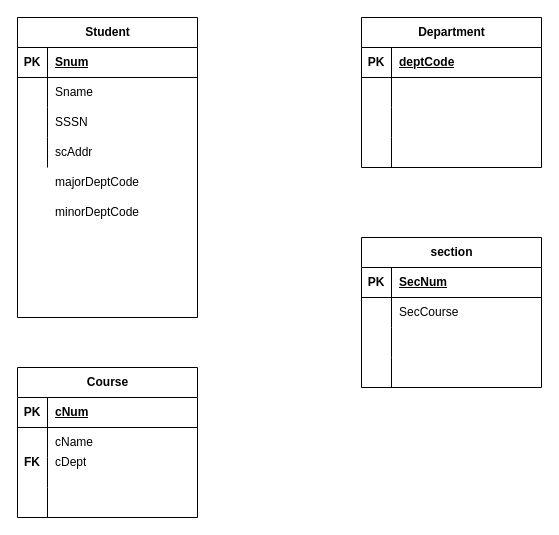
The draw.io diagram Week5.drawio in TheCSharpAcademy/USC.ICT211.DatabaseDesign, before the edit. Source tidied: cells renumbered, new cells numbered last; positions are measured from the earlier drawing's top-left corner, leaving out a move shared by most shapes. Both pictures are drawn from the tidied source at 100%, with x=0, y=0 at pixel (17, 17).
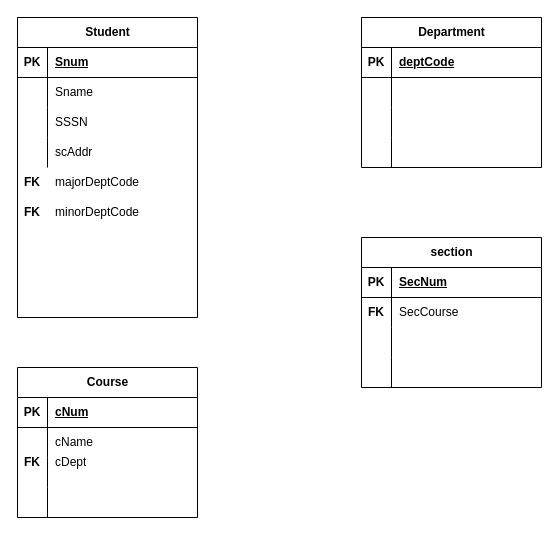
Above is the later version.

Diff of the diagram source:
```diff
@@
+    <mxCell id="58" value="FK" style="shape=partialRectangle;fillColor=none;top=0;left=0;bottom=0;right=0;fontStyle=1;overflow=hidden;whiteSpace=wrap;html=1;" parent="1" vertex="1">
+      <mxGeometry y="150" width="30" height="30" as="geometry" />
+    </mxCell>
+    <mxCell id="59" value="FK" style="shape=partialRectangle;fillColor=none;top=0;left=0;bottom=0;right=0;fontStyle=1;overflow=hidden;whiteSpace=wrap;html=1;" parent="1" vertex="1">
+      <mxGeometry y="180" width="30" height="30" as="geometry" />
+    </mxCell>
+    <mxCell id="60" value="FK" style="shape=partialRectangle;fillColor=none;top=0;left=0;bottom=0;right=0;fontStyle=1;overflow=hidden;whiteSpace=wrap;html=1;" parent="1" vertex="1">
+      <mxGeometry x="344" y="280" width="30" height="30" as="geometry" />
+    </mxCell>
```
